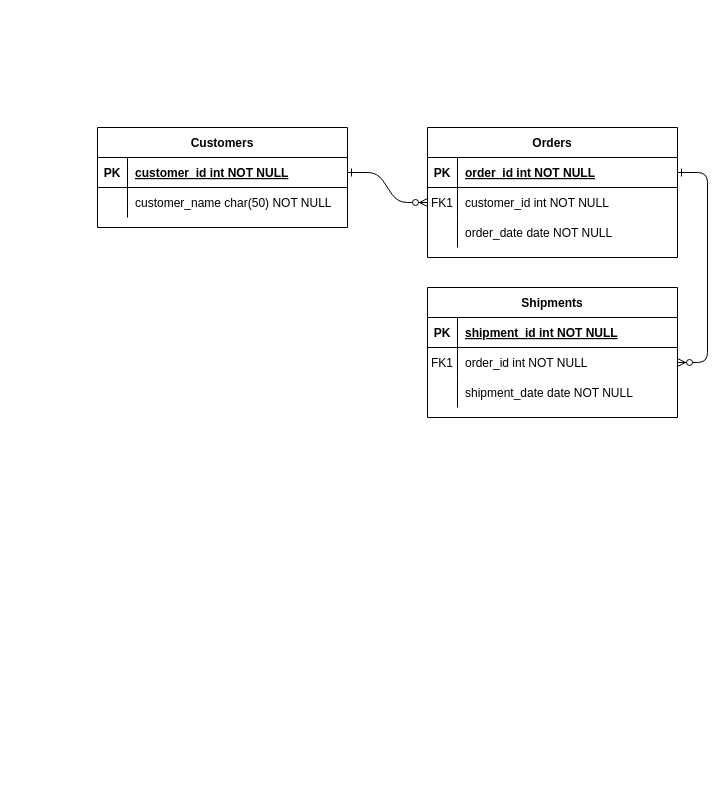
Before: Unbenanntes Diagramm.drawio in lord-haffi/PulpScience, a draw.io diagram. Source tidied: cells renumbered, new cells numbered last; positions are measured from the earlier drawing's top-left corner, leaving out a move shared by most shapes. Both pictures are drawn from the tidied source at 100%, with x=0, y=0 at pixel (97, 127).
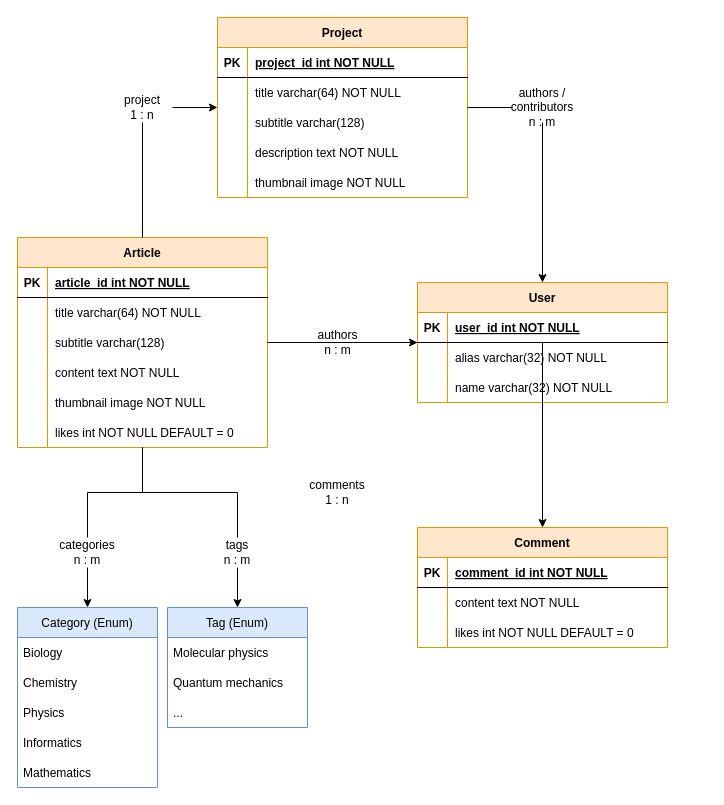
The same diagram, later.

The change refers to these unchanged cells:
```xml
<mxCell id="5" style="shape=partialRectangle;fillColor=none;points=[[0,0.5],[1,0.5]];portConstraint=eastwest;top=0;left=0;right=0;bottom=1;" parent="4" vertex="1">
  <mxGeometry y="30" width="250" height="30" as="geometry" />
</mxCell>
<mxCell id="8" style="shape=partialRectangle;fillColor=none;points=[[0,0.5],[1,0.5]];portConstraint=eastwest;top=0;left=0;right=0;bottom=0;" parent="4" vertex="1">
  <mxGeometry y="60" width="250" height="30" as="geometry" />
</mxCell>
<mxCell id="11" style="shape=partialRectangle;fillColor=none;top=0;left=0;right=0;bottom=0;" parent="4" vertex="1">
  <mxGeometry y="90" width="250" height="30" as="geometry" />
</mxCell>
<mxCell id="25" style="shape=partialRectangle;fillColor=none;points=[[0,0.5],[1,0.5]];portConstraint=eastwest;top=0;left=0;right=0;bottom=1;" parent="24" vertex="1">
  <mxGeometry y="30" width="250" height="30" as="geometry" />
</mxCell>
<mxCell id="28" style="shape=partialRectangle;fillColor=none;top=0;left=0;right=0;bottom=0;" parent="24" vertex="1">
  <mxGeometry y="60" width="250" height="30" as="geometry" />
</mxCell>
```

Change to the diagram source:
```diff
@@
-    <mxCell id="2" style="edgeStyle=entityRelationEdgeStyle;endArrow=ERzeroToMany;startArrow=ERone;endFill=1;startFill=0;" parent="1" edge="1" source="25" target="8">
-      <mxGeometry relative="1" as="geometry" />
-    </mxCell>
-    <mxCell id="3" style="edgeStyle=entityRelationEdgeStyle;endArrow=ERzeroToMany;startArrow=ERone;endFill=1;startFill=0;" parent="1" edge="1" source="5" target="18">
-      <mxGeometry relative="1" as="geometry" />
-    </mxCell>
-    <mxCell id="4" value="Orders" style="shape=table;startSize=30;childLayout=tableLayout;rowLines=0;fontStyle=1;align=center;" parent="1" vertex="1">
-      <mxGeometry x="330" width="250" height="130" as="geometry" />
+    <mxCell id="4" value="User" style="shape=table;startSize=30;childLayout=tableLayout;rowLines=0;fontStyle=1;align=center;fillColor=#ffe6cc;strokeColor=#d79b00;" parent="1" vertex="1">
+      <mxGeometry x="320" y="155" width="250" height="120" as="geometry" />
     </mxCell>
@@
-    <mxCell id="7" value="order_id int NOT NULL " style="shape=partialRectangle;overflow=hidden;fillColor=none;top=0;left=0;bottom=0;right=0;align=left;spacingLeft=6;fontStyle=5;" parent="5" vertex="1">
+    <mxCell id="7" value="user_id int NOT NULL " style="shape=partialRectangle;overflow=hidden;fillColor=none;top=0;left=0;bottom=0;right=0;align=left;spacingLeft=6;fontStyle=5;" parent="5" vertex="1">
       <mxGeometry x="30" width="220" height="30" as="geometry" />
     </mxCell>
@@
-    <mxCell id="9" value="FK1" style="shape=partialRectangle;overflow=hidden;fillColor=none;top=0;left=0;bottom=0;right=0;" parent="8" vertex="1">
+    <mxCell id="9" style="shape=partialRectangle;overflow=hidden;fillColor=none;top=0;left=0;bottom=0;right=0;" parent="8" vertex="1">
       <mxGeometry width="30" height="30" as="geometry" />
     </mxCell>
-    <mxCell id="10" value="customer_id int NOT NULL" style="shape=partialRectangle;overflow=hidden;fillColor=none;top=0;left=0;bottom=0;right=0;align=left;spacingLeft=6;" parent="8" vertex="1">
+    <mxCell id="10" value="alias varchar(32) NOT NULL" style="shape=partialRectangle;overflow=hidden;fillColor=none;top=0;left=0;bottom=0;right=0;align=left;spacingLeft=6;" parent="8" vertex="1">
       <mxGeometry x="30" width="220" height="30" as="geometry" />
     </mxCell>
@@
-    <mxCell id="13" value="order_date date NOT NULL" style="shape=partialRectangle;overflow=hidden;fillColor=none;top=0;left=0;bottom=0;right=0;align=left;spacingLeft=6;" parent="11" vertex="1">
+    <mxCell id="13" value="name varchar(32) NOT NULL" style="shape=partialRectangle;overflow=hidden;fillColor=none;top=0;left=0;bottom=0;right=0;align=left;spacingLeft=6;" parent="11" vertex="1">
       <mxGeometry x="30" width="220" height="30" as="geometry" />
     </mxCell>
-    <mxCell id="14" value="Shipments" style="shape=table;startSize=30;childLayout=tableLayout;rowLines=0;fontStyle=1;align=center;" parent="1" vertex="1">
-      <mxGeometry x="330" y="160" width="250" height="130" as="geometry" />
-    </mxCell>
-    <mxCell id="15" style="shape=partialRectangle;fillColor=none;top=0;left=0;right=0;bottom=1;" parent="14" vertex="1">
-      <mxGeometry y="30" width="250" height="30" as="geometry" />
-    </mxCell>
-    <mxCell id="16" value="PK" style="shape=partialRectangle;overflow=hidden;fillColor=none;top=0;left=0;bottom=0;right=0;fontStyle=1;" parent="15" vertex="1">
-      <mxGeometry width="30" height="30" as="geometry" />
-    </mxCell>
-    <mxCell id="17" value="shipment_id int NOT NULL " style="shape=partialRectangle;overflow=hidden;fillColor=none;top=0;left=0;bottom=0;right=0;align=left;spacingLeft=6;fontStyle=5;" parent="15" vertex="1">
-      <mxGeometry x="30" width="220" height="30" as="geometry" />
-    </mxCell>
-    <mxCell id="18" style="shape=partialRectangle;fillColor=none;points=[[0,0.5],[1,0.5]];portConstraint=eastwest;top=0;left=0;right=0;bottom=0;" parent="14" vertex="1">
-      <mxGeometry y="60" width="250" height="30" as="geometry" />
-    </mxCell>
-    <mxCell id="19" value="FK1" style="shape=partialRectangle;overflow=hidden;fillColor=none;top=0;left=0;bottom=0;right=0;" parent="18" vertex="1">
-      <mxGeometry width="30" height="30" as="geometry" />
-    </mxCell>
-    <mxCell id="20" value="order_id int NOT NULL" style="shape=partialRectangle;overflow=hidden;fillColor=none;top=0;left=0;bottom=0;right=0;align=left;spacingLeft=6;" parent="18" vertex="1">
-      <mxGeometry x="30" width="220" height="30" as="geometry" />
-    </mxCell>
-    <mxCell id="21" style="shape=partialRectangle;fillColor=none;top=0;left=0;right=0;bottom=0;" parent="14" vertex="1">
-      <mxGeometry y="90" width="250" height="30" as="geometry" />
-    </mxCell>
-    <mxCell id="22" style="shape=partialRectangle;overflow=hidden;fillColor=none;top=0;left=0;bottom=0;right=0;" parent="21" vertex="1">
-      <mxGeometry width="30" height="30" as="geometry" />
-    </mxCell>
-    <mxCell id="23" value="shipment_date date NOT NULL" style="shape=partialRectangle;overflow=hidden;fillColor=none;top=0;left=0;bottom=0;right=0;align=left;spacingLeft=6;" parent="21" vertex="1">
-      <mxGeometry x="30" width="220" height="30" as="geometry" />
-    </mxCell>
+    <mxCell id="31" style="edgeStyle=orthogonalEdgeStyle;rounded=0;jettySize=auto;html=1;startArrow=none;endArrow=classic;endFill=1;" parent="1" edge="1" source="47" target="4">
+      <mxGeometry relative="1" as="geometry" />
+    </mxCell>
+    <mxCell id="32" style="edgeStyle=orthogonalEdgeStyle;rounded=0;jettySize=auto;html=1;endArrow=classic;endFill=1;startArrow=none;" parent="1" edge="1" source="55" target="49">
+      <mxGeometry relative="1" as="geometry" />
+    </mxCell>
+    <mxCell id="33" style="edgeStyle=orthogonalEdgeStyle;rounded=0;jettySize=auto;html=1;endArrow=classic;endFill=1;startArrow=none;" parent="1" edge="1" source="61" target="57">
+      <mxGeometry relative="1" as="geometry" />
+    </mxCell>
+    <mxCell id="34" style="edgeStyle=orthogonalEdgeStyle;rounded=0;jettySize=auto;html=1;endArrow=classic;endFill=1;startArrow=none;" parent="1" edge="1" source="82" target="64">
+      <mxGeometry relative="1" as="geometry" />
+    </mxCell>
-    <mxCell id="24" value="Customers" style="shape=table;startSize=30;childLayout=tableLayout;rowLines=0;fontStyle=1;align=center;" parent="1" vertex="1">
-      <mxGeometry width="250" height="100" as="geometry" />
+    <mxCell id="24" value="Article" style="shape=table;startSize=30;childLayout=tableLayout;rowLines=0;fontStyle=1;align=center;fillColor=#ffe6cc;strokeColor=#d79b00;" parent="1" vertex="1">
+      <mxGeometry x="-80" y="110" width="250" height="210" as="geometry" />
     </mxCell>
@@
-    <mxCell id="27" value="customer_id int NOT NULL " style="shape=partialRectangle;overflow=hidden;fillColor=none;top=0;left=0;bottom=0;right=0;align=left;spacingLeft=6;fontStyle=5;" parent="25" vertex="1">
+    <mxCell id="27" value="article_id int NOT NULL" style="shape=partialRectangle;overflow=hidden;fillColor=none;top=0;left=0;bottom=0;right=0;align=left;spacingLeft=6;fontStyle=5;" parent="25" vertex="1">
       <mxGeometry x="30" width="220" height="30" as="geometry" />
     </mxCell>
@@
-    <mxCell id="30" value="customer_name char(50) NOT NULL" style="shape=partialRectangle;overflow=hidden;fillColor=none;top=0;left=0;bottom=0;right=0;align=left;spacingLeft=6;" parent="28" vertex="1">
+    <mxCell id="30" value="title varchar(64) NOT NULL" style="shape=partialRectangle;overflow=hidden;fillColor=none;top=0;left=0;bottom=0;right=0;align=left;spacingLeft=6;" parent="28" vertex="1">
       <mxGeometry x="30" width="220" height="30" as="geometry" />
     </mxCell>
+    <mxCell id="35" style="shape=partialRectangle;fillColor=none;points=[[0,0.5],[1,0.5]];portConstraint=eastwest;top=0;left=0;right=0;bottom=0;" parent="24" vertex="1">
+      <mxGeometry y="90" width="250" height="30" as="geometry" />
+    </mxCell>
+    <mxCell id="36" style="shape=partialRectangle;overflow=hidden;fillColor=none;top=0;left=0;bottom=0;right=0;" parent="35" vertex="1">
+      <mxGeometry width="30" height="30" as="geometry" />
+    </mxCell>
+    <mxCell id="37" value="subtitle varchar(128)" style="shape=partialRectangle;overflow=hidden;fillColor=none;top=0;left=0;bottom=0;right=0;align=left;spacingLeft=6;" parent="35" vertex="1">
+      <mxGeometry x="30" width="220" height="30" as="geometry" />
+    </mxCell>
+    <mxCell id="38" style="shape=partialRectangle;fillColor=none;top=0;left=0;right=0;bottom=0;" parent="24" vertex="1">
+      <mxGeometry y="120" width="250" height="30" as="geometry" />
+    </mxCell>
+    <mxCell id="39" style="shape=partialRectangle;overflow=hidden;fillColor=none;top=0;left=0;bottom=0;right=0;" parent="38" vertex="1">
+      <mxGeometry width="30" height="30" as="geometry" />
+    </mxCell>
+    <mxCell id="40" value="content text NOT NULL" style="shape=partialRectangle;overflow=hidden;fillColor=none;top=0;left=0;bottom=0;right=0;align=left;spacingLeft=6;" parent="38" vertex="1">
+      <mxGeometry x="30" width="220" height="30" as="geometry" />
+    </mxCell>
+    <mxCell id="41" style="shape=partialRectangle;fillColor=none;top=0;left=0;right=0;bottom=0;" parent="24" vertex="1">
+      <mxGeometry y="150" width="250" height="30" as="geometry" />
+    </mxCell>
+    <mxCell id="42" style="shape=partialRectangle;overflow=hidden;fillColor=none;top=0;left=0;bottom=0;right=0;" parent="41" vertex="1">
+      <mxGeometry width="30" height="30" as="geometry" />
+    </mxCell>
+    <mxCell id="43" value="thumbnail image NOT NULL" style="shape=partialRectangle;overflow=hidden;fillColor=none;top=0;left=0;bottom=0;right=0;align=left;spacingLeft=6;" parent="41" vertex="1">
+      <mxGeometry x="30" width="220" height="30" as="geometry" />
+    </mxCell>
+    <mxCell id="44" style="shape=partialRectangle;fillColor=none;top=0;left=0;right=0;bottom=0;" parent="24" vertex="1">
+      <mxGeometry y="180" width="250" height="30" as="geometry" />
+    </mxCell>
+    <mxCell id="45" style="shape=partialRectangle;overflow=hidden;fillColor=none;top=0;left=0;bottom=0;right=0;" parent="44" vertex="1">
+      <mxGeometry width="30" height="30" as="geometry" />
+    </mxCell>
+    <mxCell id="46" value="likes int NOT NULL DEFAULT = 0" style="shape=partialRectangle;overflow=hidden;fillColor=none;top=0;left=0;bottom=0;right=0;align=left;spacingLeft=6;" parent="44" vertex="1">
+      <mxGeometry x="30" width="220" height="30" as="geometry" />
+    </mxCell>
+    <mxCell id="47" value="&lt;div&gt;authors&lt;br&gt;&lt;/div&gt;&lt;div&gt;n : m&lt;/div&gt;" style="text;html=1;align=center;verticalAlign=middle;points=[];strokeColor=none;fillColor=none;" parent="1" vertex="1">
+      <mxGeometry x="210" y="195" width="60" height="40" as="geometry" />
+    </mxCell>
+    <mxCell id="48" style="edgeStyle=orthogonalEdgeStyle;rounded=0;jettySize=auto;html=1;endArrow=none;" parent="1" edge="1" source="24" target="47">
+      <mxGeometry relative="1" as="geometry" />
+    </mxCell>
+    <mxCell id="49" value="Category (Enum)" style="swimlane;fontStyle=0;horizontal=1;startSize=30;fillColor=#dae8fc;strokeColor=#6c8ebf;" parent="1" vertex="1">
+      <mxGeometry x="-80" y="480" width="140" height="180" as="geometry" />
+    </mxCell>
+    <mxCell id="50" value="Biology" style="text;strokeColor=none;fillColor=none;align=left;verticalAlign=middle;spacingLeft=4;spacingRight=4;overflow=hidden;" parent="49" vertex="1">
+      <mxGeometry y="30" width="140" height="30" as="geometry" />
+    </mxCell>
+    <mxCell id="51" value="Chemistry" style="text;strokeColor=none;fillColor=none;align=left;verticalAlign=middle;spacingLeft=4;spacingRight=4;overflow=hidden;" parent="49" vertex="1">
+      <mxGeometry y="60" width="140" height="30" as="geometry" />
+    </mxCell>
+    <mxCell id="52" value="Physics" style="text;strokeColor=none;fillColor=none;align=left;verticalAlign=middle;spacingLeft=4;spacingRight=4;overflow=hidden;" parent="49" vertex="1">
+      <mxGeometry y="90" width="140" height="30" as="geometry" />
+    </mxCell>
+    <mxCell id="53" value="Informatics" style="text;strokeColor=none;fillColor=none;align=left;verticalAlign=middle;spacingLeft=4;spacingRight=4;overflow=hidden;" parent="49" vertex="1">
+      <mxGeometry y="120" width="140" height="30" as="geometry" />
+    </mxCell>
+    <mxCell id="54" value="Mathematics" style="text;strokeColor=none;fillColor=none;align=left;verticalAlign=middle;spacingLeft=4;spacingRight=4;overflow=hidden;" parent="49" vertex="1">
+      <mxGeometry y="150" width="140" height="30" as="geometry" />
+    </mxCell>
+    <mxCell id="55" value="&lt;div&gt;categories&lt;/div&gt;&lt;div&gt;n : m&lt;br&gt;&lt;/div&gt;" style="text;html=1;strokeColor=none;fillColor=none;align=center;verticalAlign=middle;whiteSpace=wrap;rounded=0;" parent="1" vertex="1">
+      <mxGeometry x="-40" y="410" width="60" height="30" as="geometry" />
+    </mxCell>
+    <mxCell id="56" style="edgeStyle=orthogonalEdgeStyle;rounded=0;jettySize=auto;html=1;endArrow=none;endFill=1;" parent="1" edge="1" source="24" target="55">
+      <mxGeometry relative="1" as="geometry" />
+    </mxCell>
+    <mxCell id="57" value="Tag (Enum)" style="swimlane;fontStyle=0;horizontal=1;startSize=30;fillColor=#dae8fc;strokeColor=#6c8ebf;" parent="1" vertex="1">
+      <mxGeometry x="70" y="480" width="140" height="120" as="geometry" />
+    </mxCell>
+    <mxCell id="58" value="Molecular physics" style="text;strokeColor=none;fillColor=none;align=left;verticalAlign=middle;spacingLeft=4;spacingRight=4;overflow=hidden;" parent="57" vertex="1">
+      <mxGeometry y="30" width="140" height="30" as="geometry" />
+    </mxCell>
+    <mxCell id="59" value="Quantum mechanics" style="text;strokeColor=none;fillColor=none;align=left;verticalAlign=middle;spacingLeft=4;spacingRight=4;overflow=hidden;" parent="57" vertex="1">
+      <mxGeometry y="60" width="140" height="30" as="geometry" />
+    </mxCell>
+    <mxCell id="60" value="..." style="text;strokeColor=none;fillColor=none;align=left;verticalAlign=middle;spacingLeft=4;spacingRight=4;overflow=hidden;" parent="57" vertex="1">
+      <mxGeometry y="90" width="140" height="30" as="geometry" />
+    </mxCell>
+    <mxCell id="61" value="&lt;div&gt;tags&lt;/div&gt;&lt;div&gt;n : m&lt;br&gt;&lt;/div&gt;" style="text;html=1;strokeColor=none;fillColor=none;align=center;verticalAlign=middle;whiteSpace=wrap;rounded=0;" parent="1" vertex="1">
+      <mxGeometry x="110" y="410" width="60" height="30" as="geometry" />
+    </mxCell>
+    <mxCell id="62" style="edgeStyle=orthogonalEdgeStyle;rounded=0;jettySize=auto;html=1;endArrow=none;endFill=1;" parent="1" edge="1" source="24" target="61">
+      <mxGeometry relative="1" as="geometry" />
+    </mxCell>
+    <mxCell id="63" style="edgeStyle=orthogonalEdgeStyle;rounded=0;jettySize=auto;html=1;endArrow=classic;endFill=1;startArrow=none;" parent="1" edge="1" source="80" target="4">
+      <mxGeometry relative="1" as="geometry" />
+    </mxCell>
+    <mxCell id="64" value="Project" style="shape=table;startSize=30;childLayout=tableLayout;rowLines=0;fontStyle=1;align=center;fillColor=#ffe6cc;strokeColor=#d79b00;" parent="1" vertex="1">
+      <mxGeometry x="120" y="-110" width="250" height="180" as="geometry" />
+    </mxCell>
+    <mxCell id="65" style="shape=partialRectangle;fillColor=none;top=0;left=0;right=0;bottom=1;" parent="64" vertex="1">
+      <mxGeometry y="30" width="250" height="30" as="geometry" />
+    </mxCell>
+    <mxCell id="66" value="PK" style="shape=partialRectangle;overflow=hidden;fillColor=none;top=0;left=0;bottom=0;right=0;fontStyle=1;" parent="65" vertex="1">
+      <mxGeometry width="30" height="30" as="geometry" />
+    </mxCell>
+    <mxCell id="67" value="project_id int NOT NULL" style="shape=partialRectangle;overflow=hidden;fillColor=none;top=0;left=0;bottom=0;right=0;align=left;spacingLeft=6;fontStyle=5;" parent="65" vertex="1">
+      <mxGeometry x="30" width="220" height="30" as="geometry" />
+    </mxCell>
+    <mxCell id="68" style="shape=partialRectangle;fillColor=none;top=0;left=0;right=0;bottom=0;" parent="64" vertex="1">
+      <mxGeometry y="60" width="250" height="30" as="geometry" />
+    </mxCell>
+    <mxCell id="69" style="shape=partialRectangle;overflow=hidden;fillColor=none;top=0;left=0;bottom=0;right=0;" parent="68" vertex="1">
+      <mxGeometry width="30" height="30" as="geometry" />
+    </mxCell>
+    <mxCell id="70" value="title varchar(64) NOT NULL" style="shape=partialRectangle;overflow=hidden;fillColor=none;top=0;left=0;bottom=0;right=0;align=left;spacingLeft=6;" parent="68" vertex="1">
+      <mxGeometry x="30" width="220" height="30" as="geometry" />
+    </mxCell>
+    <mxCell id="71" style="shape=partialRectangle;fillColor=none;top=0;left=0;right=0;bottom=0;" parent="64" vertex="1">
+      <mxGeometry y="90" width="250" height="30" as="geometry" />
+    </mxCell>
+    <mxCell id="72" style="shape=partialRectangle;overflow=hidden;fillColor=none;top=0;left=0;bottom=0;right=0;" parent="71" vertex="1">
+      <mxGeometry width="30" height="30" as="geometry" />
+    </mxCell>
+    <mxCell id="73" value="subtitle varchar(128)" style="shape=partialRectangle;overflow=hidden;fillColor=none;top=0;left=0;bottom=0;right=0;align=left;spacingLeft=6;" parent="71" vertex="1">
+      <mxGeometry x="30" width="220" height="30" as="geometry" />
+    </mxCell>
+    <mxCell id="74" style="shape=partialRectangle;fillColor=none;top=0;left=0;right=0;bottom=0;" parent="64" vertex="1">
+      <mxGeometry y="120" width="250" height="30" as="geometry" />
+    </mxCell>
+    <mxCell id="75" style="shape=partialRectangle;overflow=hidden;fillColor=none;top=0;left=0;bottom=0;right=0;" parent="74" vertex="1">
+      <mxGeometry width="30" height="30" as="geometry" />
+    </mxCell>
+    <mxCell id="76" value="description text NOT NULL" style="shape=partialRectangle;overflow=hidden;fillColor=none;top=0;left=0;bottom=0;right=0;align=left;spacingLeft=6;" parent="74" vertex="1">
+      <mxGeometry x="30" width="220" height="30" as="geometry" />
+    </mxCell>
+    <mxCell id="77" style="shape=partialRectangle;fillColor=none;top=0;left=0;right=0;bottom=0;" parent="64" vertex="1">
+      <mxGeometry y="150" width="250" height="30" as="geometry" />
+    </mxCell>
+    <mxCell id="78" style="shape=partialRectangle;overflow=hidden;fillColor=none;top=0;left=0;bottom=0;right=0;" parent="77" vertex="1">
+      <mxGeometry width="30" height="30" as="geometry" />
+    </mxCell>
+    <mxCell id="79" value="thumbnail image NOT NULL" style="shape=partialRectangle;overflow=hidden;fillColor=none;top=0;left=0;bottom=0;right=0;align=left;spacingLeft=6;" parent="77" vertex="1">
+      <mxGeometry x="30" width="220" height="30" as="geometry" />
+    </mxCell>
+    <mxCell id="80" value="&lt;div&gt;authors / contributors&lt;/div&gt;&lt;div&gt;n : m&lt;br&gt;&lt;/div&gt;" style="text;html=1;strokeColor=none;fillColor=none;align=center;verticalAlign=middle;whiteSpace=wrap;rounded=0;" parent="1" vertex="1">
+      <mxGeometry x="415" y="-35" width="60" height="30" as="geometry" />
+    </mxCell>
+    <mxCell id="81" style="edgeStyle=orthogonalEdgeStyle;rounded=0;jettySize=auto;html=1;endArrow=none;endFill=1;" parent="1" edge="1" source="64" target="80">
+      <mxGeometry relative="1" as="geometry" />
+    </mxCell>
+    <mxCell id="82" value="&lt;div&gt;project&lt;/div&gt;&lt;div&gt;1 : n&lt;br&gt;&lt;/div&gt;" style="text;html=1;strokeColor=none;fillColor=none;align=center;verticalAlign=middle;whiteSpace=wrap;rounded=0;" parent="1" vertex="1">
+      <mxGeometry x="15" y="-35" width="60" height="30" as="geometry" />
+    </mxCell>
+    <mxCell id="83" style="edgeStyle=orthogonalEdgeStyle;rounded=0;jettySize=auto;html=1;endArrow=none;endFill=1;" parent="1" edge="1" source="24" target="82">
+      <mxGeometry relative="1" as="geometry" />
+    </mxCell>
+    <mxCell id="84" value="Comment" style="shape=table;startSize=30;childLayout=tableLayout;rowLines=0;fontStyle=1;align=center;fillColor=#ffe6cc;strokeColor=#d79b00;" parent="1" vertex="1">
+      <mxGeometry x="320" y="400" width="250" height="120" as="geometry" />
+    </mxCell>
+    <mxCell id="85" style="shape=partialRectangle;fillColor=none;top=0;left=0;right=0;bottom=1;" parent="84" vertex="1">
+      <mxGeometry y="30" width="250" height="30" as="geometry" />
+    </mxCell>
+    <mxCell id="86" value="PK" style="shape=partialRectangle;overflow=hidden;fillColor=none;top=0;left=0;bottom=0;right=0;fontStyle=1;" parent="85" vertex="1">
+      <mxGeometry width="30" height="30" as="geometry" />
+    </mxCell>
+    <mxCell id="87" value="comment_id int NOT NULL" style="shape=partialRectangle;overflow=hidden;fillColor=none;top=0;left=0;bottom=0;right=0;align=left;spacingLeft=6;fontStyle=5;" parent="85" vertex="1">
+      <mxGeometry x="30" width="220" height="30" as="geometry" />
+    </mxCell>
+    <mxCell id="88" style="shape=partialRectangle;fillColor=none;top=0;left=0;right=0;bottom=0;" parent="84" vertex="1">
+      <mxGeometry y="60" width="250" height="30" as="geometry" />
+    </mxCell>
+    <mxCell id="89" style="shape=partialRectangle;overflow=hidden;fillColor=none;top=0;left=0;bottom=0;right=0;" parent="88" vertex="1">
+      <mxGeometry width="30" height="30" as="geometry" />
+    </mxCell>
+    <mxCell id="90" value="content text NOT NULL" style="shape=partialRectangle;overflow=hidden;fillColor=none;top=0;left=0;bottom=0;right=0;align=left;spacingLeft=6;" parent="88" vertex="1">
+      <mxGeometry x="30" width="220" height="30" as="geometry" />
+    </mxCell>
+    <mxCell id="91" style="shape=partialRectangle;fillColor=none;top=0;left=0;right=0;bottom=0;" parent="84" vertex="1">
+      <mxGeometry y="90" width="250" height="30" as="geometry" />
+    </mxCell>
+    <mxCell id="92" style="shape=partialRectangle;overflow=hidden;fillColor=none;top=0;left=0;bottom=0;right=0;" parent="91" vertex="1">
+      <mxGeometry width="30" height="30" as="geometry" />
+    </mxCell>
+    <mxCell id="93" value="likes int NOT NULL DEFAULT = 0" style="shape=partialRectangle;overflow=hidden;fillColor=none;top=0;left=0;bottom=0;right=0;align=left;spacingLeft=6;" parent="91" vertex="1">
+      <mxGeometry x="30" width="220" height="30" as="geometry" />
+    </mxCell>
+    <mxCell id="94" style="edgeStyle=orthogonalEdgeStyle;rounded=0;jettySize=auto;html=1;endArrow=classic;endFill=1;" parent="1" edge="1" source="35" target="84">
+      <mxGeometry relative="1" as="geometry" />
+    </mxCell>
+    <mxCell id="95" value="&lt;div&gt;comments&lt;/div&gt;&lt;div&gt;1 : n&lt;br&gt;&lt;/div&gt;" style="text;html=1;strokeColor=none;fillColor=none;align=center;verticalAlign=middle;whiteSpace=wrap;rounded=0;" parent="1" vertex="1">
+      <mxGeometry x="210" y="350" width="60" height="30" as="geometry" />
+    </mxCell>
```
